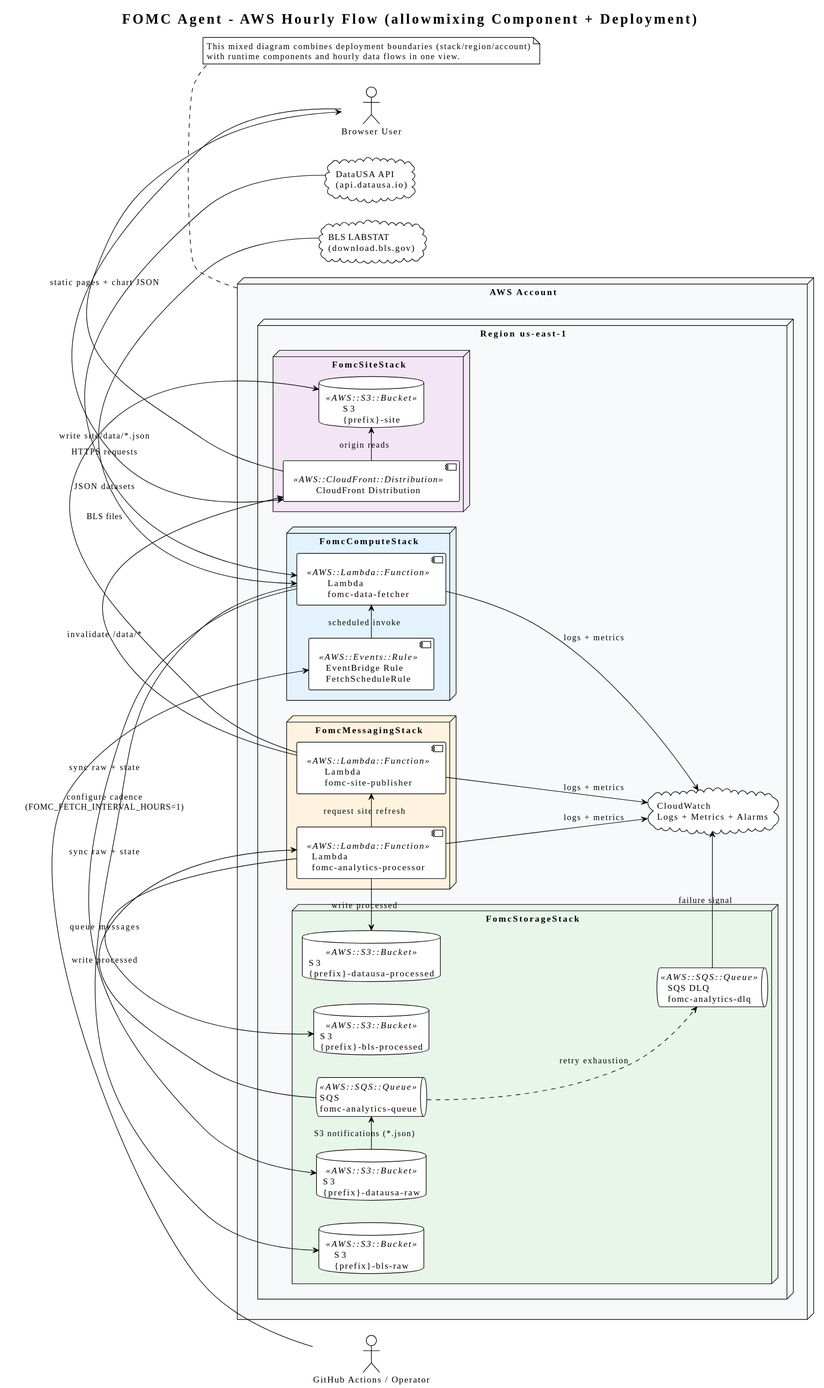
Earlier version of the PlantUML export site/diagrams/aws-allowmixing-component-deployment.svg (TechR10n/fomc-agent). The source it was exported from:
```plantuml
@startuml
!theme plain
allowmixing
left to right direction
skinparam shadowing false

title FOMC Agent - AWS Hourly Flow (allowmixing Component + Deployment)

actor "GitHub Actions / Operator" as operator
actor "Browser User" as user
cloud "BLS LABSTAT\n(download.bls.gov)" as bls
cloud "DataUSA API\n(api.datausa.io)" as datausa

node "AWS Account" as account #F8F9FA {
  node "Region us-east-1" as region #F8F9FA {
    node "FomcComputeStack" as compute #E3F2FD {
      component "EventBridge Rule\nFetchScheduleRule" as eb <<AWS::Events::Rule>>
      component "Lambda\nfomc-data-fetcher" as fetcher <<AWS::Lambda::Function>>
    }

    node "FomcStorageStack" as storage #E8F5E9 {
      database "S3\n{prefix}-bls-raw" as bls_raw <<AWS::S3::Bucket>>
      database "S3\n{prefix}-datausa-raw" as datausa_raw <<AWS::S3::Bucket>>
      database "S3\n{prefix}-bls-processed" as bls_processed <<AWS::S3::Bucket>>
      database "S3\n{prefix}-datausa-processed" as datausa_processed <<AWS::S3::Bucket>>
      queue "SQS\nfomc-analytics-queue" as q <<AWS::SQS::Queue>>
      queue "SQS DLQ\nfomc-analytics-dlq" as dlq <<AWS::SQS::Queue>>
    }

    node "FomcMessagingStack" as messaging #FFF3E0 {
      component "Lambda\nfomc-analytics-processor" as analytics <<AWS::Lambda::Function>>
      component "Lambda\nfomc-site-publisher" as publisher <<AWS::Lambda::Function>>
    }

    node "FomcSiteStack" as site #F3E5F5 {
      database "S3\n{prefix}-site" as site_bucket <<AWS::S3::Bucket>>
      component "CloudFront Distribution" as cf <<AWS::CloudFront::Distribution>>
    }

    cloud "CloudWatch\nLogs + Metrics + Alarms" as cw
  }
}

operator -> eb : configure cadence\n(FOMC_FETCH_INTERVAL_HOURS=1)
eb -> fetcher : scheduled invoke
bls -> fetcher : BLS files
datausa -> fetcher : JSON datasets
fetcher -> bls_raw : sync raw + state
fetcher -> datausa_raw : sync raw + state
datausa_raw -> q : S3 notifications (*.json)
q --> analytics : queue messages
analytics -> bls_processed : write processed
analytics -> datausa_processed : write processed
analytics -> publisher : request site refresh
publisher -> site_bucket : write site/data/*.json
publisher -> cf : invalidate /data/*
q -[dashed]-> dlq : retry exhaustion
fetcher -> cw : logs + metrics
analytics -> cw : logs + metrics
publisher -> cw : logs + metrics
dlq -> cw : failure signal
user -> cf : HTTPS requests
cf -> site_bucket : origin reads
cf --> user : static pages + chart JSON

note bottom of account
  This mixed diagram combines deployment boundaries (stack/region/account)
  with runtime components and hourly data flows in one view.
end note
@enduml
```
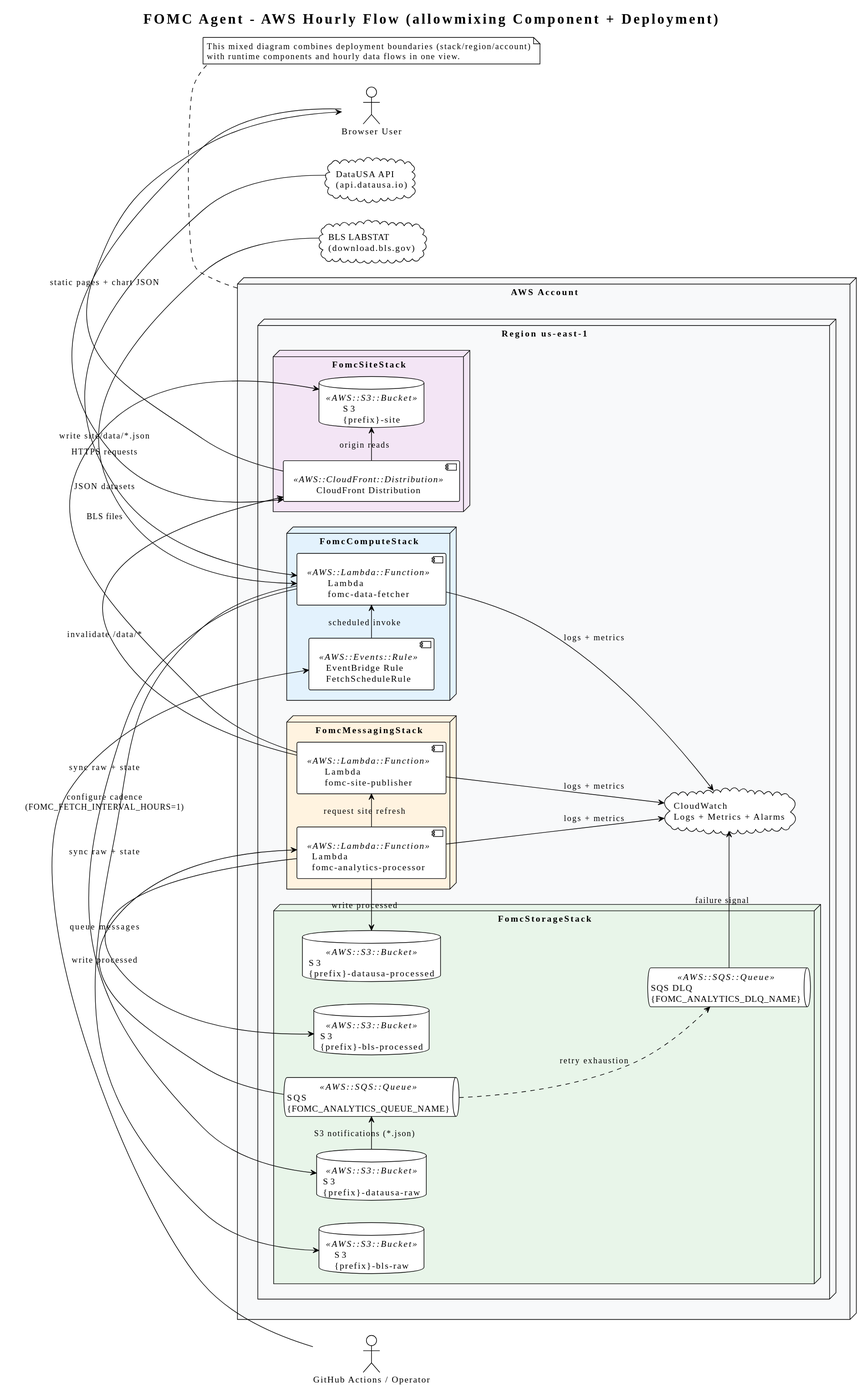
After the commit.

Change to the diagram source:
```diff
@@ -23,8 +23,8 @@
       database "S3\n{prefix}-datausa-raw" as datausa_raw <<AWS::S3::Bucket>>
       database "S3\n{prefix}-bls-processed" as bls_processed <<AWS::S3::Bucket>>
       database "S3\n{prefix}-datausa-processed" as datausa_processed <<AWS::S3::Bucket>>
-      queue "SQS\nfomc-analytics-queue" as q <<AWS::SQS::Queue>>
-      queue "SQS DLQ\nfomc-analytics-dlq" as dlq <<AWS::SQS::Queue>>
+      queue "SQS\n{FOMC_ANALYTICS_QUEUE_NAME}" as q <<AWS::SQS::Queue>>
+      queue "SQS DLQ\n{FOMC_ANALYTICS_DLQ_NAME}" as dlq <<AWS::SQS::Queue>>
     }
 
     node "FomcMessagingStack" as messaging #FFF3E0 {
```
